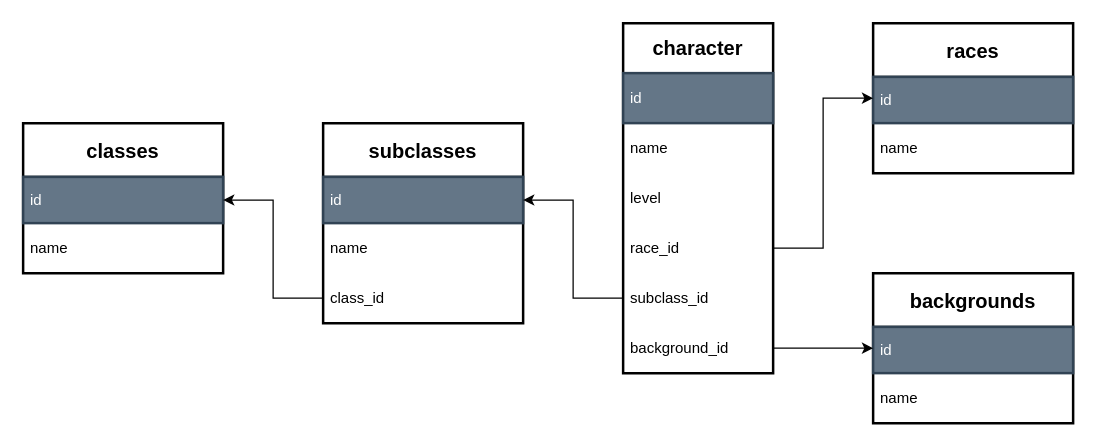
Before: diagram.drawio in RodrigoYujiKogaKuroda/charVault, a draw.io diagram. Source tidied: cells renumbered, new cells numbered last; positions are measured from the earlier drawing's top-left corner, leaving out a move shared by most shapes. Both pictures are drawn from the tidied source at 125%, with x=0, y=0 at pixel (22, 22).
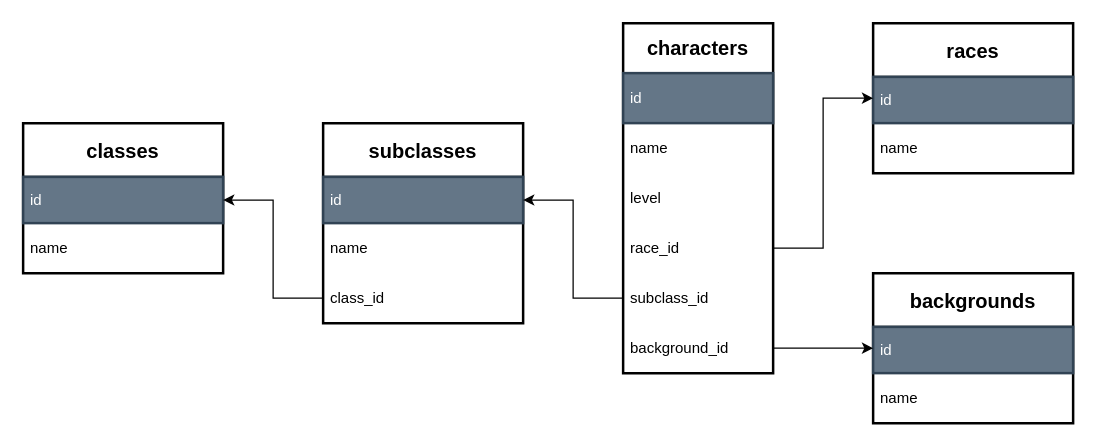
After the change.

What changed in the source:
```diff
@@
-    <mxCell id="2" value="&lt;b&gt;&lt;font style=&quot;font-size: 16px;&quot;&gt;character&lt;/font&gt;&lt;/b&gt;" style="swimlane;fontStyle=0;horizontal=1;startSize=40;whiteSpace=wrap;html=1;strokeWidth=2;" parent="1" vertex="1">
+    <mxCell id="2" value="&lt;b&gt;&lt;font style=&quot;font-size: 16px;&quot;&gt;characters&lt;/font&gt;&lt;/b&gt;" style="swimlane;fontStyle=0;horizontal=1;startSize=40;whiteSpace=wrap;html=1;strokeWidth=2;" parent="1" vertex="1">
       <mxGeometry x="480" width="120" height="280" as="geometry" />
     </mxCell>
```
